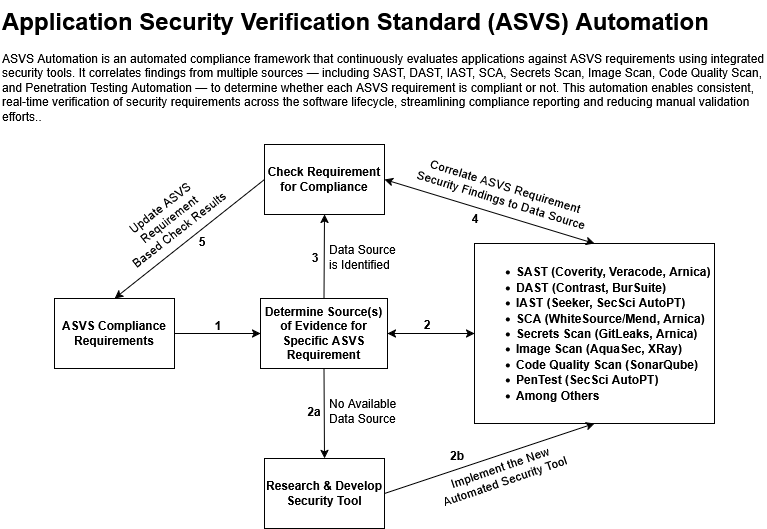
Earlier version of the draw.io export ASVS Automation.drawio.png (securityscience/Authentication-Authorization). Source tidied: cells renumbered, new cells last; positions are measured from the earlier drawing's top-left corner, leaving out a move shared by most shapes.
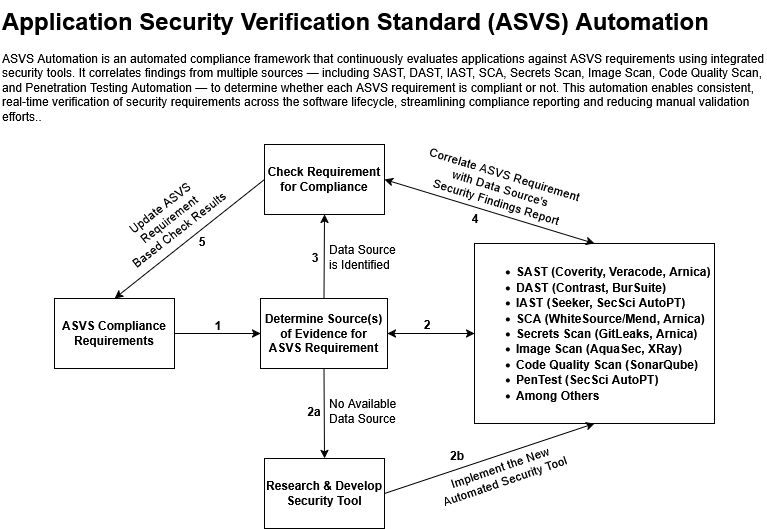
After the commit.

Commit message:
Application Security Verification Standard (ASVS) Automation

What changed in the source:
```diff
@@ -11,7 +11,7 @@
     <mxCell id="4" value="&lt;b&gt;Research &amp;amp; Develop Security Tool&lt;/b&gt;" style="rounded=0;whiteSpace=wrap;html=1;" parent="1" vertex="1">
       <mxGeometry x="264" y="458" width="120" height="70" as="geometry" />
     </mxCell>
-    <mxCell id="5" value="&lt;div&gt;&lt;b&gt;Determine Source(s)&lt;/b&gt;&lt;/div&gt;&lt;div&gt;&lt;b&gt;of Evidence for Specific ASVS Requirement&lt;/b&gt;&lt;/div&gt;" style="rounded=0;whiteSpace=wrap;html=1;" parent="1" vertex="1">
+    <mxCell id="5" value="&lt;div&gt;&lt;b&gt;Determine Source(s)&lt;/b&gt;&lt;/div&gt;&lt;div&gt;&lt;b&gt;of Evidence for&lt;/b&gt;&lt;/div&gt;&lt;div&gt;&lt;b&gt;ASVS Requirement&lt;/b&gt;&lt;/div&gt;" style="rounded=0;whiteSpace=wrap;html=1;" parent="1" vertex="1">
       <mxGeometry x="260" y="298" width="127" height="70" as="geometry" />
     </mxCell>
     <mxCell id="6" style="endArrow=classic;html=1;rounded=0;exitX=0.5;exitY=1;exitDx=0;exitDy=0;entryX=0.5;entryY=0;entryDx=0;entryDy=0;" parent="1" edge="1" source="5" target="4">
@@ -74,8 +74,8 @@
     <mxCell id="25" value="Implement the New Automated Security Tool" style="text;html=1;whiteSpace=wrap;strokeColor=none;fillColor=none;align=center;verticalAlign=middle;rounded=0;rotation=-19;" parent="1" vertex="1">
       <mxGeometry x="429" y="458" width="147" height="32" as="geometry" />
     </mxCell>
-    <mxCell id="26" value="Correlate ASVS Requirement Security Findings to Data Source" style="text;html=1;whiteSpace=wrap;strokeColor=none;fillColor=none;align=center;verticalAlign=middle;rounded=0;rotation=17;" parent="1" vertex="1">
-      <mxGeometry x="410" y="175" width="187" height="35" as="geometry" />
+    <mxCell id="26" value="&lt;div&gt;Correlate ASVS Requirement with Data Source's&lt;/div&gt;&lt;div&gt;Security Findings Report&lt;/div&gt;" style="text;html=1;whiteSpace=wrap;strokeColor=none;fillColor=none;align=center;verticalAlign=middle;rounded=0;rotation=17;" parent="1" vertex="1">
+      <mxGeometry x="413" y="165.8" width="175" height="44.2" as="geometry" />
     </mxCell>
   </root>
 </mxGraphModel>
```
